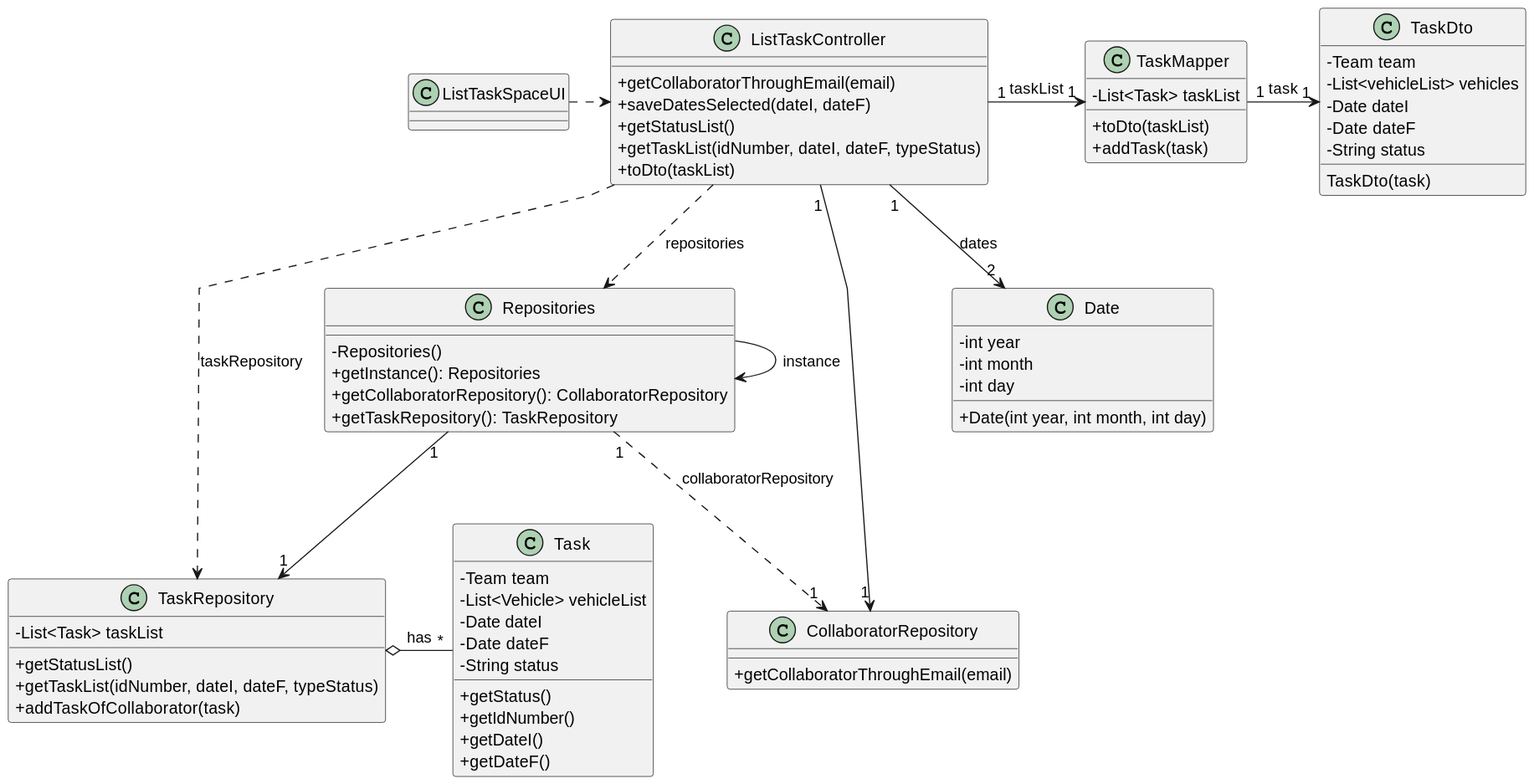
diogoveirospro/lei-24-s2-1dg-g072 keeps this PlantUML diagram as docs/sprintC/us028/03.design/svg/us028-class-diagram.svg. Above is the earlier version.
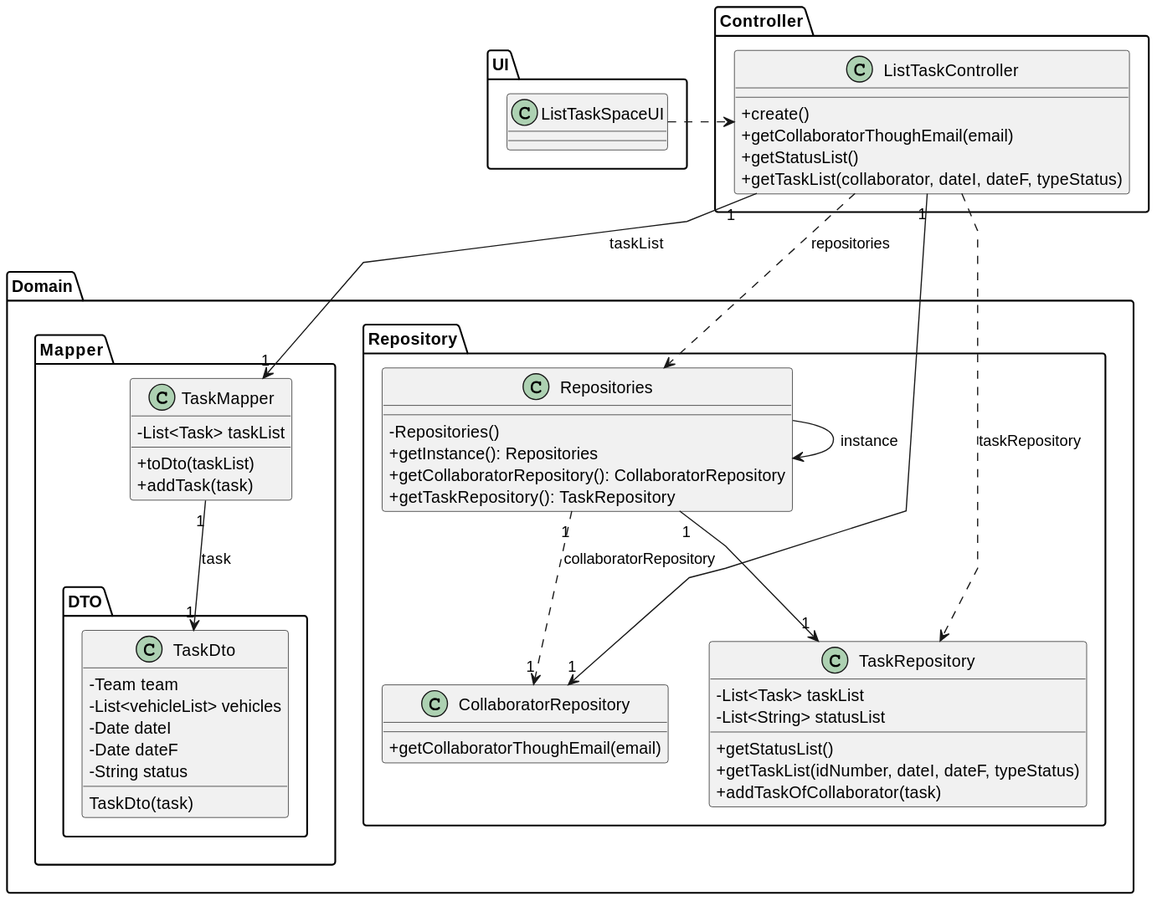
After the commit.

What changed in the source:
```diff
@@ -1,19 +1,51 @@
 @startuml
-skinparam packageStyle rectangle
+skinparam packageStyle folder
 skinparam shadowing false
 skinparam linetype polyline
 skinparam classAttributeIconSize 0
 
-class ListTaskSpaceUI {
+
+package UI {
+class "ListTaskSpaceUI" as UserInterface
+
+}
+package Controller {
+class "ListTaskController" as CTRL {
+    + create()
+    + getCollaboratorThoughEmail(email)
+    + getStatusList()
+    + getTaskList(collaborator, dateI, dateF, typeStatus)
+}
+}
+package Domain {
+package Domain.Repository {
+class "Repositories" as RepositorySingleton {
+    - Repositories()
+    + getInstance(): Repositories
+    + getCollaboratorRepository(): CollaboratorRepository
+    + getTaskRepository(): TaskRepository
 }
 
-class TaskMapper {
+class "CollaboratorRepository" as collaboratorRepository {
+    + getCollaboratorThoughEmail(email)
+}
+
+class "TaskRepository" as taskRepository {
+    - List<Task> taskList
+    - List<String> statusList
+    + getStatusList()
+    + getTaskList(idNumber, dateI, dateF, typeStatus)
+    + addTaskOfCollaborator(task)
+}
+}
+package Domain.Mapper {
+class "TaskMapper" as MapperDto {
     - List<Task> taskList
     + toDto(taskList)
     + addTask(task)
 }
-
-class TaskDto {
+package Domain.Mapper.DTO {
+class "TaskDto" as DataTransferObject {
     - Team team
     - List<vehicleList> vehicles
     - Date dateI
@@ -21,61 +53,17 @@
     - String status
     TaskDto(task)
 }
-
-class ListTaskController {
-    + getCollaboratorThroughEmail(email)
-    + saveDatesSelected(dateI, dateF)
-    + getStatusList()
-    + getTaskList(idNumber, dateI, dateF, typeStatus)
-    + toDto(taskList)
+}
+}
 }
 
-class TaskRepository {
-    - List<Task> taskList
-    + getStatusList()
-    + getTaskList(idNumber, dateI, dateF, typeStatus)
-    + addTaskOfCollaborator(task)
-}
-
-class Task {
-    - Team team
-    - List<Vehicle> vehicleList
-    - Date dateI
-    - Date dateF
-    - String status
-    + getStatus()
-    + getIdNumber()
-    + getDateI()
-    + getDateF()
-}
-
-class CollaboratorRepository {
-    + getCollaboratorThroughEmail(email)
-}
-
-class Repositories {
-    - Repositories()
-    + getInstance(): Repositories
-    + getCollaboratorRepository(): CollaboratorRepository
-    + getTaskRepository(): TaskRepository
-}
-
-class Date {
-    - int year
-    - int month
-    - int day
-    + Date(int year, int month, int day)
-}
-
-ListTaskSpaceUI .> ListTaskController
-ListTaskController ..> Repositories : repositories
-Repositories -> Repositories : instance
-ListTaskController .> TaskRepository: taskRepository
-Repositories "1" --> "1" TaskRepository
-Repositories "1" ..> "1" CollaboratorRepository: collaboratorRepository
-ListTaskController "1" -> "1" CollaboratorRepository
-TaskRepository o- "*" Task : has
-ListTaskController "1" -> "1" TaskMapper: taskList
-TaskMapper "1" -> "1" TaskDto: task
-ListTaskController "1" --> "2" Date: dates
+UserInterface .> CTRL
+CTRL ..> RepositorySingleton : repositories
+RepositorySingleton -> RepositorySingleton : instance
+CTRL .> taskRepository: taskRepository
+RepositorySingleton "1" --> "1" taskRepository
+RepositorySingleton "1" ..> "1" collaboratorRepository: collaboratorRepository
+CTRL "1" --> "1" collaboratorRepository
+CTRL "1" -> "1" MapperDto: taskList
+MapperDto "1" --> "1" DataTransferObject: task
 @enduml
```
